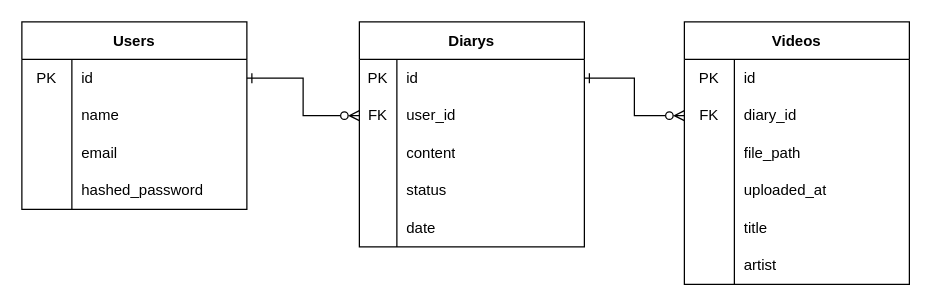
Before: er.drawio in ShimazakiHiromu/development, a draw.io diagram. Source tidied: cells renumbered, new cells numbered last; positions are measured from the earlier drawing's top-left corner, leaving out a move shared by most shapes. Both pictures are drawn from the tidied source at 125%, with x=0, y=0 at pixel (21, 21).
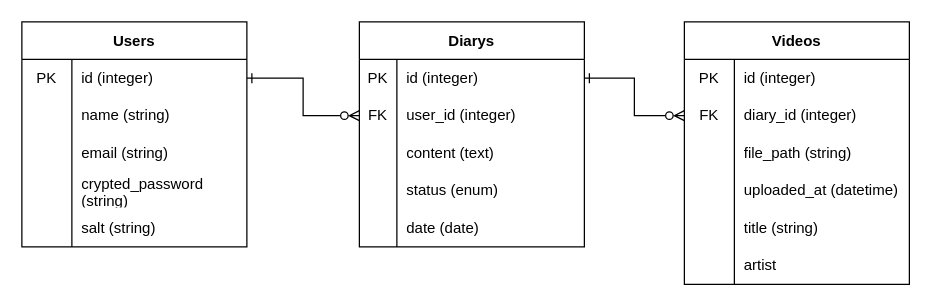
After the change.

Unchanged cells that the change refers to:
```xml
<mxCell id="3" style="shape=tableRow;horizontal=0;startSize=0;swimlaneHead=0;swimlaneBody=0;top=0;left=0;bottom=0;right=0;fillColor=none;points=[[0,0.5],[1,0.5]];portConstraint=eastwest;" parent="2" vertex="1">
  <mxGeometry y="30" width="180" height="30" as="geometry" />
</mxCell>
<mxCell id="6" style="shape=tableRow;horizontal=0;startSize=0;swimlaneHead=0;swimlaneBody=0;top=0;left=0;bottom=0;right=0;fillColor=none;" parent="2" vertex="1">
  <mxGeometry y="60" width="180" height="30" as="geometry" />
</mxCell>
<mxCell id="9" style="shape=tableRow;horizontal=0;startSize=0;swimlaneHead=0;swimlaneBody=0;top=0;left=0;bottom=0;right=0;fillColor=none;" parent="2" vertex="1">
  <mxGeometry y="90" width="180" height="30" as="geometry" />
</mxCell>
<mxCell id="12" style="shape=tableRow;horizontal=0;startSize=0;swimlaneHead=0;swimlaneBody=0;top=0;left=0;bottom=0;right=0;fillColor=none;" parent="2" vertex="1">
  <mxGeometry y="120" width="180" height="30" as="geometry" />
</mxCell>
<mxCell id="16" style="shape=tableRow;horizontal=0;startSize=0;swimlaneHead=0;swimlaneBody=0;top=0;left=0;bottom=0;right=0;fillColor=none;points=[[0,0.5],[1,0.5]];portConstraint=eastwest;" parent="15" vertex="1">
  <mxGeometry y="30" width="180" height="30" as="geometry" />
</mxCell>
<mxCell id="19" style="shape=tableRow;horizontal=0;startSize=0;swimlaneHead=0;swimlaneBody=0;top=0;left=0;bottom=0;right=0;fillColor=none;points=[[0,0.5],[1,0.5]];portConstraint=eastwest;" parent="15" vertex="1">
  <mxGeometry y="60" width="180" height="30" as="geometry" />
</mxCell>
<mxCell id="22" style="shape=tableRow;horizontal=0;startSize=0;swimlaneHead=0;swimlaneBody=0;top=0;left=0;bottom=0;right=0;fillColor=none;" parent="15" vertex="1">
  <mxGeometry y="90" width="180" height="30" as="geometry" />
</mxCell>
<mxCell id="25" style="shape=tableRow;horizontal=0;startSize=0;swimlaneHead=0;swimlaneBody=0;top=0;left=0;bottom=0;right=0;fillColor=none;" parent="15" vertex="1">
  <mxGeometry y="120" width="180" height="30" as="geometry" />
</mxCell>
<mxCell id="28" style="shape=tableRow;horizontal=0;startSize=0;swimlaneHead=0;swimlaneBody=0;top=0;left=0;bottom=0;right=0;fillColor=none;" parent="15" vertex="1">
  <mxGeometry y="150" width="180" height="30" as="geometry" />
</mxCell>
<mxCell id="34" style="shape=tableRow;horizontal=0;startSize=0;swimlaneHead=0;swimlaneBody=0;top=0;left=0;bottom=0;right=0;fillColor=none;" parent="33" vertex="1">
  <mxGeometry y="30" width="180" height="30" as="geometry" />
</mxCell>
<mxCell id="37" style="shape=tableRow;horizontal=0;startSize=0;swimlaneHead=0;swimlaneBody=0;top=0;left=0;bottom=0;right=0;fillColor=none;points=[[0,0.5],[1,0.5]];portConstraint=eastwest;" parent="33" vertex="1">
  <mxGeometry y="60" width="180" height="30" as="geometry" />
</mxCell>
<mxCell id="40" style="shape=tableRow;horizontal=0;startSize=0;swimlaneHead=0;swimlaneBody=0;top=0;left=0;bottom=0;right=0;fillColor=none;" parent="33" vertex="1">
  <mxGeometry y="90" width="180" height="30" as="geometry" />
</mxCell>
<mxCell id="43" style="shape=tableRow;horizontal=0;startSize=0;swimlaneHead=0;swimlaneBody=0;top=0;left=0;bottom=0;right=0;fillColor=none;" parent="33" vertex="1">
  <mxGeometry y="120" width="180" height="30" as="geometry" />
</mxCell>
<mxCell id="46" style="shape=tableRow;horizontal=0;startSize=0;swimlaneHead=0;swimlaneBody=0;top=0;left=0;bottom=0;right=0;fillColor=none;" parent="33" vertex="1">
  <mxGeometry y="150" width="180" height="30" as="geometry" />
</mxCell>
```

Diff of the diagram source:
```diff
@@
     <mxCell id="2" value="Users" style="shape=table;startSize=30;childLayout=tableLayout;rowLines=0;fontStyle=1;" parent="1" vertex="1">
-      <mxGeometry width="180" height="150" as="geometry" />
+      <mxGeometry width="180" height="180" as="geometry" />
     </mxCell>
@@
-    <mxCell id="5" value="id" style="shape=partialRectangle;html=1;whiteSpace=wrap;fillColor=none;top=0;left=0;bottom=0;right=0;align=left;spacingLeft=6;overflow=hidden;" parent="3" vertex="1">
+    <mxCell id="5" value="id (integer)" style="shape=partialRectangle;html=1;whiteSpace=wrap;fillColor=none;top=0;left=0;bottom=0;right=0;align=left;spacingLeft=6;overflow=hidden;" parent="3" vertex="1">
       <mxGeometry x="40" width="140" height="30" as="geometry" />
     </mxCell>
@@
-    <mxCell id="8" value="name" style="shape=partialRectangle;html=1;whiteSpace=wrap;fillColor=none;top=0;left=0;bottom=0;right=0;align=left;spacingLeft=6;overflow=hidden;" parent="6" vertex="1">
+    <mxCell id="8" value="name (string)" style="shape=partialRectangle;html=1;whiteSpace=wrap;fillColor=none;top=0;left=0;bottom=0;right=0;align=left;spacingLeft=6;overflow=hidden;" parent="6" vertex="1">
       <mxGeometry x="40" width="140" height="30" as="geometry" />
     </mxCell>
@@
-    <mxCell id="11" value="email" style="shape=partialRectangle;html=1;whiteSpace=wrap;fillColor=none;top=0;left=0;bottom=0;right=0;align=left;spacingLeft=6;overflow=hidden;" parent="9" vertex="1">
+    <mxCell id="11" value="email (string)" style="shape=partialRectangle;html=1;whiteSpace=wrap;fillColor=none;top=0;left=0;bottom=0;right=0;align=left;spacingLeft=6;overflow=hidden;" parent="9" vertex="1">
       <mxGeometry x="40" width="140" height="30" as="geometry" />
     </mxCell>
@@
-    <mxCell id="14" value="hashed_password" style="shape=partialRectangle;html=1;whiteSpace=wrap;fillColor=none;top=0;left=0;bottom=0;right=0;align=left;spacingLeft=6;overflow=hidden;" parent="12" vertex="1">
+    <mxCell id="14" value="crypted_password (string)" style="shape=partialRectangle;html=1;whiteSpace=wrap;fillColor=none;top=0;left=0;bottom=0;right=0;align=left;spacingLeft=6;overflow=hidden;" parent="12" vertex="1">
       <mxGeometry x="40" width="140" height="30" as="geometry" />
     </mxCell>
+    <mxCell id="53" style="shape=tableRow;horizontal=0;startSize=0;swimlaneHead=0;swimlaneBody=0;top=0;left=0;bottom=0;right=0;fillColor=none;" parent="2" vertex="1">
+      <mxGeometry y="150" width="180" height="30" as="geometry" />
+    </mxCell>
+    <mxCell id="54" style="shape=partialRectangle;html=1;whiteSpace=wrap;fillColor=none;top=0;left=0;bottom=0;right=0;overflow=hidden;" parent="53" vertex="1">
+      <mxGeometry width="40" height="30" as="geometry" />
+    </mxCell>
+    <mxCell id="55" value="salt (string)" style="shape=partialRectangle;html=1;whiteSpace=wrap;fillColor=none;top=0;left=0;bottom=0;right=0;align=left;spacingLeft=6;overflow=hidden;" parent="53" vertex="1">
+      <mxGeometry x="40" width="140" height="30" as="geometry" />
+    </mxCell>
@@
-    <mxCell id="18" value="id" style="shape=partialRectangle;html=1;whiteSpace=wrap;fillColor=none;top=0;left=0;bottom=0;right=0;align=left;spacingLeft=6;overflow=hidden;" parent="16" vertex="1">
+    <mxCell id="18" value="id (integer)" style="shape=partialRectangle;html=1;whiteSpace=wrap;fillColor=none;top=0;left=0;bottom=0;right=0;align=left;spacingLeft=6;overflow=hidden;" parent="16" vertex="1">
       <mxGeometry x="30" width="150" height="30" as="geometry" />
     </mxCell>
@@
-    <mxCell id="21" value="user_id" style="shape=partialRectangle;html=1;whiteSpace=wrap;fillColor=none;top=0;left=0;bottom=0;right=0;align=left;spacingLeft=6;overflow=hidden;" parent="19" vertex="1">
+    <mxCell id="21" value="user_id (integer)" style="shape=partialRectangle;html=1;whiteSpace=wrap;fillColor=none;top=0;left=0;bottom=0;right=0;align=left;spacingLeft=6;overflow=hidden;" parent="19" vertex="1">
       <mxGeometry x="30" width="150" height="30" as="geometry" />
     </mxCell>
@@
-    <mxCell id="24" value="content" style="shape=partialRectangle;html=1;whiteSpace=wrap;fillColor=none;top=0;left=0;bottom=0;right=0;align=left;spacingLeft=6;overflow=hidden;" parent="22" vertex="1">
+    <mxCell id="24" value="content (text)" style="shape=partialRectangle;html=1;whiteSpace=wrap;fillColor=none;top=0;left=0;bottom=0;right=0;align=left;spacingLeft=6;overflow=hidden;" parent="22" vertex="1">
       <mxGeometry x="30" width="150" height="30" as="geometry" />
     </mxCell>
@@
-    <mxCell id="27" value="status" style="shape=partialRectangle;html=1;whiteSpace=wrap;fillColor=none;top=0;left=0;bottom=0;right=0;align=left;spacingLeft=6;overflow=hidden;" parent="25" vertex="1">
+    <mxCell id="27" value="status (enum)" style="shape=partialRectangle;html=1;whiteSpace=wrap;fillColor=none;top=0;left=0;bottom=0;right=0;align=left;spacingLeft=6;overflow=hidden;" parent="25" vertex="1">
       <mxGeometry x="30" width="150" height="30" as="geometry" />
     </mxCell>
@@
-    <mxCell id="30" value="date" style="shape=partialRectangle;html=1;whiteSpace=wrap;fillColor=none;top=0;left=0;bottom=0;right=0;align=left;spacingLeft=6;overflow=hidden;" parent="28" vertex="1">
+    <mxCell id="30" value="date (date)" style="shape=partialRectangle;html=1;whiteSpace=wrap;fillColor=none;top=0;left=0;bottom=0;right=0;align=left;spacingLeft=6;overflow=hidden;" parent="28" vertex="1">
       <mxGeometry x="30" width="150" height="30" as="geometry" />
     </mxCell>
@@
-    <mxCell id="36" value="id" style="shape=partialRectangle;html=1;whiteSpace=wrap;fillColor=none;top=0;left=0;bottom=0;right=0;align=left;spacingLeft=6;overflow=hidden;" parent="34" vertex="1">
+    <mxCell id="36" value="id (integer)" style="shape=partialRectangle;html=1;whiteSpace=wrap;fillColor=none;top=0;left=0;bottom=0;right=0;align=left;spacingLeft=6;overflow=hidden;" parent="34" vertex="1">
       <mxGeometry x="40" width="140" height="30" as="geometry" />
     </mxCell>
@@
-    <mxCell id="39" value="diary_id" style="shape=partialRectangle;html=1;whiteSpace=wrap;fillColor=none;top=0;left=0;bottom=0;right=0;align=left;spacingLeft=6;overflow=hidden;" parent="37" vertex="1">
+    <mxCell id="39" value="diary_id (integer)" style="shape=partialRectangle;html=1;whiteSpace=wrap;fillColor=none;top=0;left=0;bottom=0;right=0;align=left;spacingLeft=6;overflow=hidden;" parent="37" vertex="1">
       <mxGeometry x="40" width="140" height="30" as="geometry" />
     </mxCell>
@@
-    <mxCell id="42" value="file_path" style="shape=partialRectangle;html=1;whiteSpace=wrap;fillColor=none;top=0;left=0;bottom=0;right=0;align=left;spacingLeft=6;overflow=hidden;" parent="40" vertex="1">
+    <mxCell id="42" value="file_path (string)" style="shape=partialRectangle;html=1;whiteSpace=wrap;fillColor=none;top=0;left=0;bottom=0;right=0;align=left;spacingLeft=6;overflow=hidden;" parent="40" vertex="1">
       <mxGeometry x="40" width="140" height="30" as="geometry" />
     </mxCell>
@@
-    <mxCell id="45" value="uploaded_at" style="shape=partialRectangle;html=1;whiteSpace=wrap;fillColor=none;top=0;left=0;bottom=0;right=0;align=left;spacingLeft=6;overflow=hidden;" parent="43" vertex="1">
+    <mxCell id="45" value="uploaded_at (datetime)" style="shape=partialRectangle;html=1;whiteSpace=wrap;fillColor=none;top=0;left=0;bottom=0;right=0;align=left;spacingLeft=6;overflow=hidden;" parent="43" vertex="1">
       <mxGeometry x="40" width="140" height="30" as="geometry" />
     </mxCell>
@@
-    <mxCell id="48" value="title" style="shape=partialRectangle;html=1;whiteSpace=wrap;fillColor=none;top=0;left=0;bottom=0;right=0;align=left;spacingLeft=6;overflow=hidden;" parent="46" vertex="1">
+    <mxCell id="48" value="title (string)" style="shape=partialRectangle;html=1;whiteSpace=wrap;fillColor=none;top=0;left=0;bottom=0;right=0;align=left;spacingLeft=6;overflow=hidden;" parent="46" vertex="1">
       <mxGeometry x="40" width="140" height="30" as="geometry" />
     </mxCell>
```
